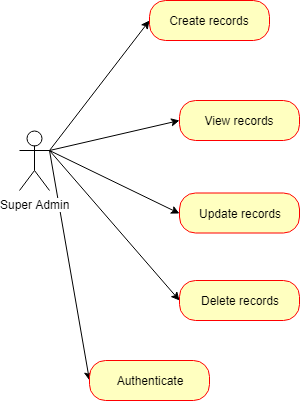
Before: diagrams/superadmin/use_case_phase_1.png, a diagram exported from draw.io (ioannidis/e-career-office-web-app). Source tidied: cells renumbered, new cells last; positions are measured from the earlier drawing's top-left corner, leaving out a move shared by most shapes.
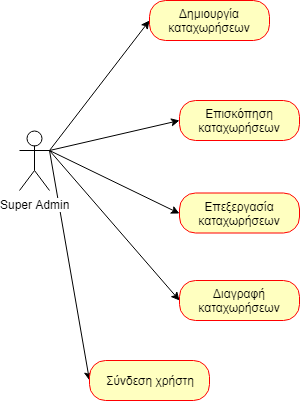
After the change.

What changed in the source:
```diff
@@ -20,19 +20,19 @@
     <mxCell id="7" value="Super Admin" style="shape=umlActor;verticalLabelPosition=bottom;labelBackgroundColor=#ffffff;verticalAlign=top;html=1;" parent="1" vertex="1">
       <mxGeometry y="130" width="30" height="60" as="geometry" />
     </mxCell>
-    <mxCell id="8" value="View records" style="rounded=1;whiteSpace=wrap;html=1;arcSize=40;fontColor=#000000;fillColor=#ffffc0;strokeColor=#ff0000;" parent="1" vertex="1">
+    <mxCell id="8" value="Επισκόπηση καταχωρήσεων" style="rounded=1;whiteSpace=wrap;html=1;arcSize=40;fontColor=#000000;fillColor=#ffffc0;strokeColor=#ff0000;" parent="1" vertex="1">
       <mxGeometry x="160" y="100" width="120" height="40" as="geometry" />
     </mxCell>
-    <mxCell id="9" value="Authenticate" style="rounded=1;whiteSpace=wrap;html=1;arcSize=40;fontColor=#000000;fillColor=#ffffc0;strokeColor=#ff0000;" parent="1" vertex="1">
+    <mxCell id="9" value="Σύνδεση χρήστη" style="rounded=1;whiteSpace=wrap;html=1;arcSize=40;fontColor=#000000;fillColor=#ffffc0;strokeColor=#ff0000;" parent="1" vertex="1">
       <mxGeometry x="70" y="360" width="120" height="40" as="geometry" />
     </mxCell>
-    <mxCell id="10" value="Update records" style="rounded=1;whiteSpace=wrap;html=1;arcSize=40;fontColor=#000000;fillColor=#ffffc0;strokeColor=#ff0000;" parent="1" vertex="1">
+    <mxCell id="10" value="Επεξεργασία καταχωρήσεων" style="rounded=1;whiteSpace=wrap;html=1;arcSize=40;fontColor=#000000;fillColor=#ffffc0;strokeColor=#ff0000;" parent="1" vertex="1">
       <mxGeometry x="160" y="192.5" width="120" height="40" as="geometry" />
     </mxCell>
-    <mxCell id="11" value="Delete records" style="rounded=1;whiteSpace=wrap;html=1;arcSize=40;fontColor=#000000;fillColor=#ffffc0;strokeColor=#ff0000;" parent="1" vertex="1">
+    <mxCell id="11" value="Διαγραφή καταχωρήσεων" style="rounded=1;whiteSpace=wrap;html=1;arcSize=40;fontColor=#000000;fillColor=#ffffc0;strokeColor=#ff0000;" parent="1" vertex="1">
       <mxGeometry x="160" y="280" width="120" height="40" as="geometry" />
     </mxCell>
-    <mxCell id="12" value="Create records&lt;br&gt;" style="rounded=1;whiteSpace=wrap;html=1;arcSize=40;fontColor=#000000;fillColor=#ffffc0;strokeColor=#ff0000;" parent="1" vertex="1">
+    <mxCell id="12" value="Δημιουργία καταχωρήσεων&lt;br&gt;" style="rounded=1;whiteSpace=wrap;html=1;arcSize=40;fontColor=#000000;fillColor=#ffffc0;strokeColor=#ff0000;" parent="1" vertex="1">
       <mxGeometry x="130" width="120" height="40" as="geometry" />
     </mxCell>
   </root>
```
